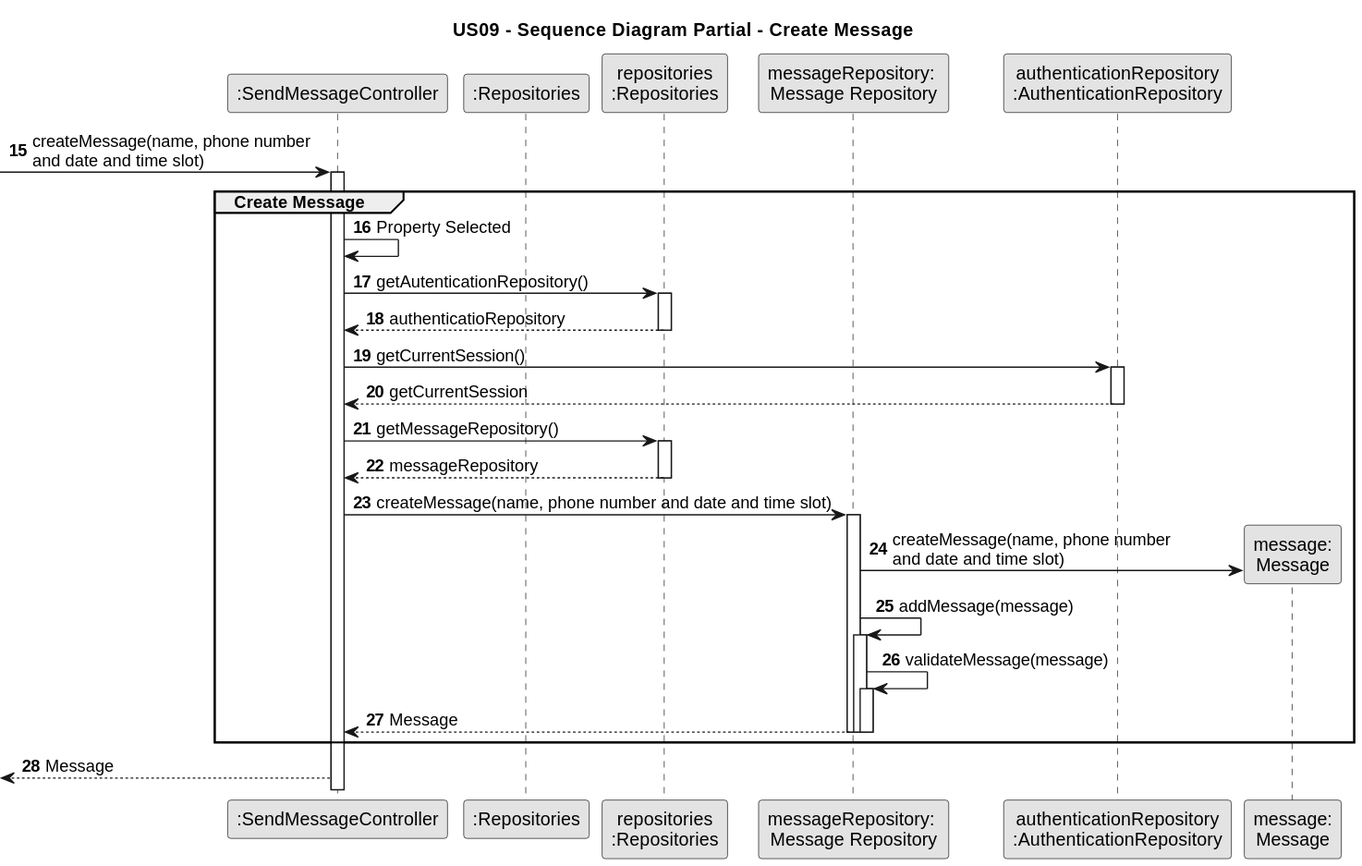
This is docs/sprintC/US09/03.design/svg/us09-sequence-diagram-partial-create-message.svg from PureNimble/ISEP-LAPR2, a PlantUML export, as it was before one commit.
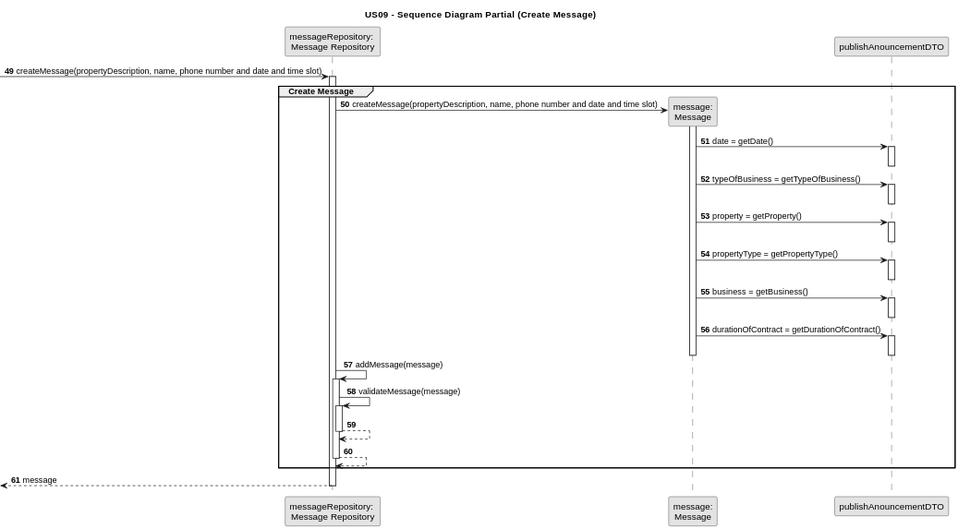
After the change.

What changed in the source:
```diff
@@ -4,63 +4,53 @@
 skinparam packageStyle rectangle
 skinparam shadowing false
 
-title US09 - Sequence Diagram Partial - Create Message
+title US09 - Sequence Diagram Partial (Create Message)
 
-autonumber
+autonumber 49
 
 
-participant ":SendMessageController" as CTRL
-participant ":Repositories" as Repository
-participant "repositories\n:Repositories" as Repository2
+
 participant "messageRepository: \nMessage Repository" as messageRepository
-participant "authenticationRepository\n:AuthenticationRepository" as AuthenticationRepository
-participant "message:\nMessage" as message
+participant "message:\nMessage" as Message
 
-autonumber 15
+                -> messageRepository:createMessage(propertyDescription, name, phone number and date and time slot)
+               activate messageRepository
 
--> CTRL: createMessage(name, phone number \nand date and time slot)
-        activate CTRL
+group  Create Message
 
-        group Create Message
+               messageRepository -> Message** : createMessage(propertyDescription, name, phone number and date and time slot)
+               activate Message
+               Message -> publishAnouncementDTO:date = getDate()
+               activate publishAnouncementDTO
+               deactivate publishAnouncementDTO
+               Message -> publishAnouncementDTO:typeOfBusiness = getTypeOfBusiness()
+               activate publishAnouncementDTO
+               deactivate publishAnouncementDTO
+               Message -> publishAnouncementDTO:property = getProperty()
+               activate publishAnouncementDTO
+               deactivate publishAnouncementDTO
+               Message -> publishAnouncementDTO:propertyType = getPropertyType()
+               activate publishAnouncementDTO
+               deactivate publishAnouncementDTO
+               Message -> publishAnouncementDTO:business = getBusiness()
+               activate publishAnouncementDTO
+               deactivate publishAnouncementDTO
+               Message -> publishAnouncementDTO:durationOfContract = getDurationOfContract()
+               activate publishAnouncementDTO
+               deactivate publishAnouncementDTO
 
-  CTRL ->CTRL: Property Selected
+               deactivate Message
+                            messageRepository -> messageRepository : addMessage(message)
+                            activate messageRepository
 
-      CTRL -> Repository2 : getAutenticationRepository()
-      activate Repository2
+                            messageRepository -> messageRepository : validateMessage(message)
+                             activate messageRepository
+                              messageRepository --> messageRepository
+                              deactivate messageRepository
+                               messageRepository--> messageRepository
+                               deactivate messageRepository
+end
 
-      Repository2 --> CTRL : authenticatioRepository
-      deactivate Repository2
-
-      CTRL -> AuthenticationRepository : getCurrentSession()
-      activate AuthenticationRepository
-
-      AuthenticationRepository --> CTRL : getCurrentSession
-      deactivate AuthenticationRepository
-
-          CTRL -> Repository2 : getMessageRepository()
-              activate Repository2
-
-          Repository2 --> CTRL : messageRepository
-              deactivate Repository2
-
-              CTRL -> messageRepository : createMessage(name, phone number and date and time slot)
-                  activate messageRepository
-
-                  messageRepository -> message** : createMessage(name, phone number \nand date and time slot)
-
-                  messageRepository -> messageRepository : addMessage(message)
-                  activate messageRepository
-
-                  messageRepository -> messageRepository : validateMessage(message)
-                  activate messageRepository
-
-                  messageRepository --> CTRL : Message
-                  deactivate messageRepository
-                  deactivate messageRepository
-                  deactivate messageRepository
-
-                end
-
-
-           <-- CTRL : Message
+                <-- messageRepository:message
+               deactivate messageRepository
 @enduml
```
